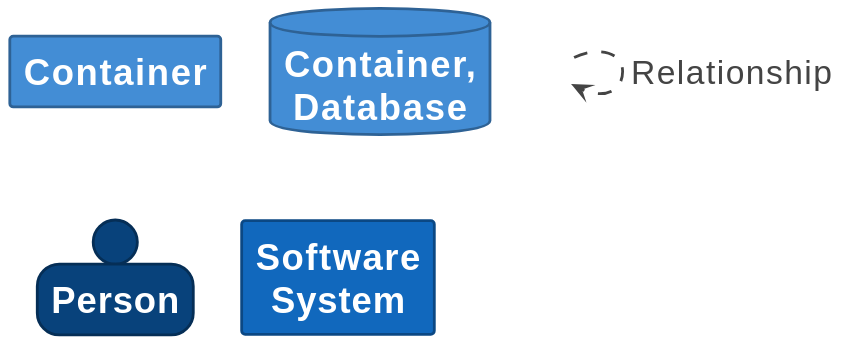
Earlier version of the PlantUML export diagrams/artefacts/structurizr-ContainerContext-key.svg (relux-works/agent-session-manager-spec). Source of this version:
```plantuml
@startuml
set separator none
hide stereotype

<style>
  root {
    BackgroundColor: #ffffff;
    FontColor: #444444;
  }
  // Element,Container
  .Element-RWxlbWVudCxDb250YWluZXI= {
    BackgroundColor: #438dd5;
    LineColor: #2e6295;
    LineStyle: 0;
    LineThickness: 2;
    FontColor: #ffffff;
    FontSize: 24;
    HorizontalAlignment: center;
    Shadowing: 0;
    MaximumWidth: 200;
  }
  // Element,Container,Database
  .Element-RWxlbWVudCxDb250YWluZXIsRGF0YWJhc2U= {
    BackgroundColor: #438dd5;
    LineColor: #2e6295;
    LineStyle: 0;
    LineThickness: 2;
    FontColor: #ffffff;
    FontSize: 24;
    HorizontalAlignment: center;
    Shadowing: 0;
    MaximumWidth: 200;
  }
  // Element,Person
  .Element-RWxlbWVudCxQZXJzb24= {
    BackgroundColor: #08427b;
    LineColor: #052e56;
    LineStyle: 0;
    LineThickness: 2;
    FontColor: #ffffff;
    FontSize: 24;
    HorizontalAlignment: center;
    Shadowing: 0;
    MaximumWidth: 200;
  }
  // Element,Software System
  .Element-RWxlbWVudCxTb2Z0d2FyZSBTeXN0ZW0= {
    BackgroundColor: #1168bd;
    LineColor: #0b4884;
    LineStyle: 0;
    LineThickness: 2;
    FontColor: #ffffff;
    FontSize: 24;
    HorizontalAlignment: center;
    Shadowing: 0;
    MaximumWidth: 200;
  }
  // Relationship
  .Relationship-UmVsYXRpb25zaGlw {
    LineThickness: 2;
    LineStyle: 10-10;
    LineColor: #444444;
    FontColor: #444444;
    FontSize: 24;
  }
  // Agent Session Manager (ax)
  .Boundary-QWdlbnQgU2Vzc2lvbiBNYW5hZ2VyIChheCk= {
    BackgroundColor: #ffffff;
    LineColor: #0b4884;
    LineStyle: 0;
    LineThickness: 2;
    FontColor: #ffffff;
    FontSize: 24;
    HorizontalAlignment: center;
    Shadowing: 0;
  }
  // transparent element for relationships in legend
  .Element-Transparent {
    BackgroundColor: transparent;
    LineColor: transparent;
    FontColor: transparent;
  }
</style>

rectangle "==Container" <<Element-RWxlbWVudCxDb250YWluZXI=>>

database "==Container, Database" <<Element-RWxlbWVudCxDb250YWluZXIsRGF0YWJhc2U=>>

person "==Person" <<Element-RWxlbWVudCxQZXJzb24=>>

rectangle "==Software System" <<Element-RWxlbWVudCxTb2Z0d2FyZSBTeXN0ZW0=>>

rectangle "." <<.Element-Transparent>> as 1
1 --> 1 <<Relationship-UmVsYXRpb25zaGlw>> : "Relationship"
@enduml
```
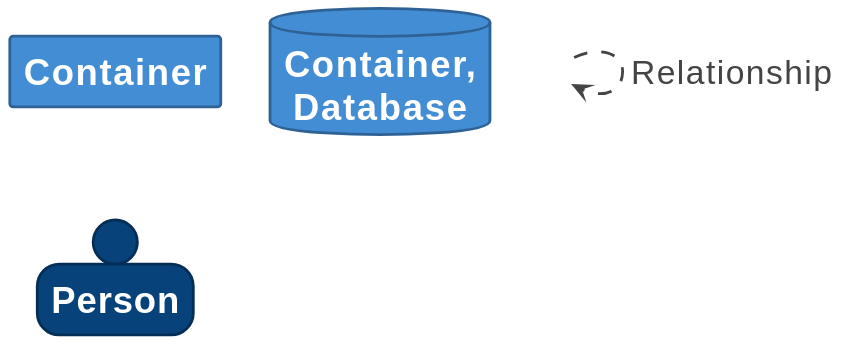
After the change.

The edit, as a diff of the source:
```diff
@@ -43,18 +43,6 @@
     Shadowing: 0;
     MaximumWidth: 200;
   }
-  // Element,Software System
-  .Element-RWxlbWVudCxTb2Z0d2FyZSBTeXN0ZW0= {
-    BackgroundColor: #1168bd;
-    LineColor: #0b4884;
-    LineStyle: 0;
-    LineThickness: 2;
-    FontColor: #ffffff;
-    FontSize: 24;
-    HorizontalAlignment: center;
-    Shadowing: 0;
-    MaximumWidth: 200;
-  }
   // Relationship
   .Relationship-UmVsYXRpb25zaGlw {
     LineThickness: 2;
@@ -88,8 +76,6 @@
 
 person "==Person" <<Element-RWxlbWVudCxQZXJzb24=>>
 
-rectangle "==Software System" <<Element-RWxlbWVudCxTb2Z0d2FyZSBTeXN0ZW0=>>
-
 rectangle "." <<.Element-Transparent>> as 1
 1 --> 1 <<Relationship-UmVsYXRpb25zaGlw>> : "Relationship"
 @enduml
```
